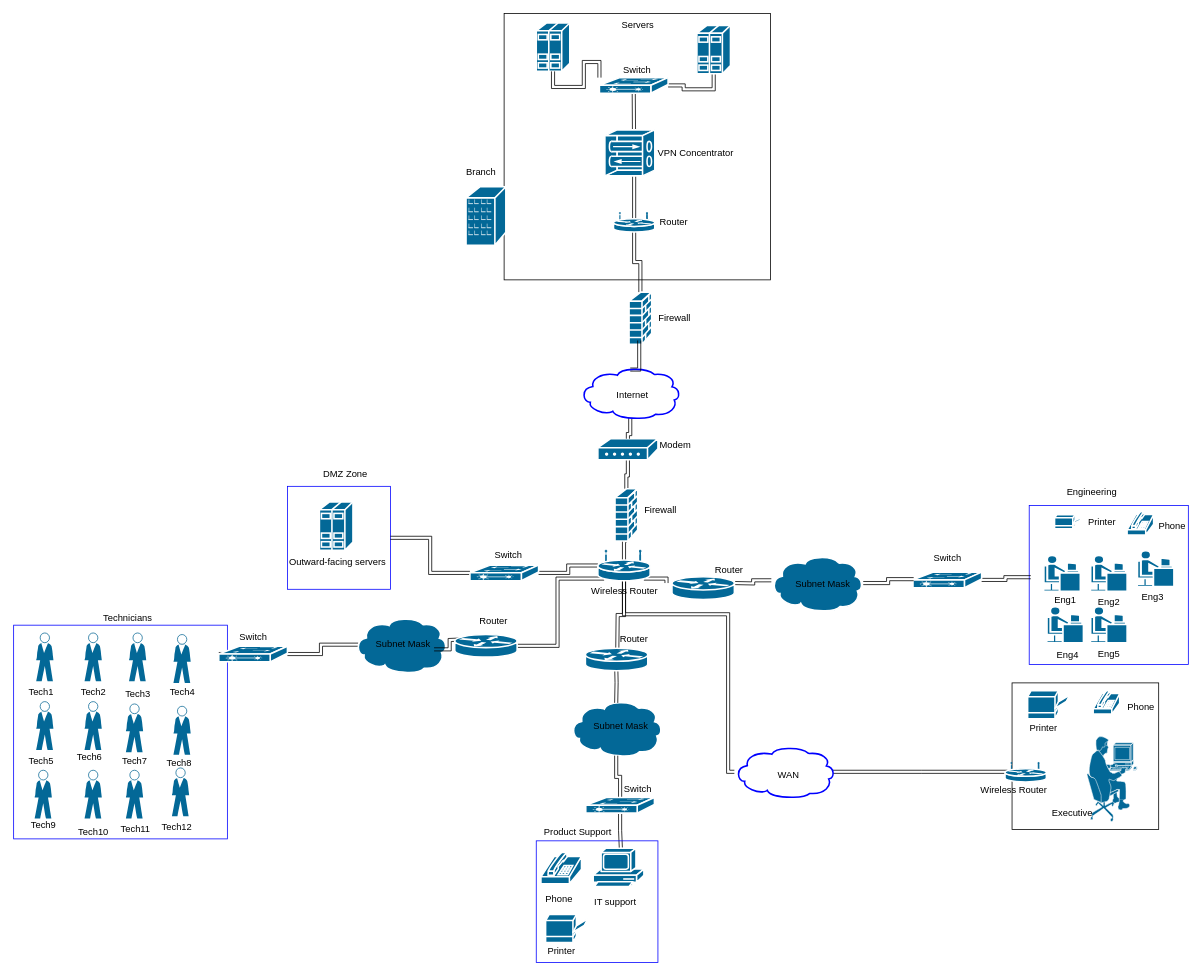
Above: Network.drawio in WDBug/WDBug (draw.io), before the change. Source tidied: cells renumbered, new cells numbered last; positions are measured from the earlier drawing's top-left corner, leaving out a move shared by most shapes. Both pictures are drawn from the tidied source at 78%, with x=0, y=0 at pixel (13, 13).
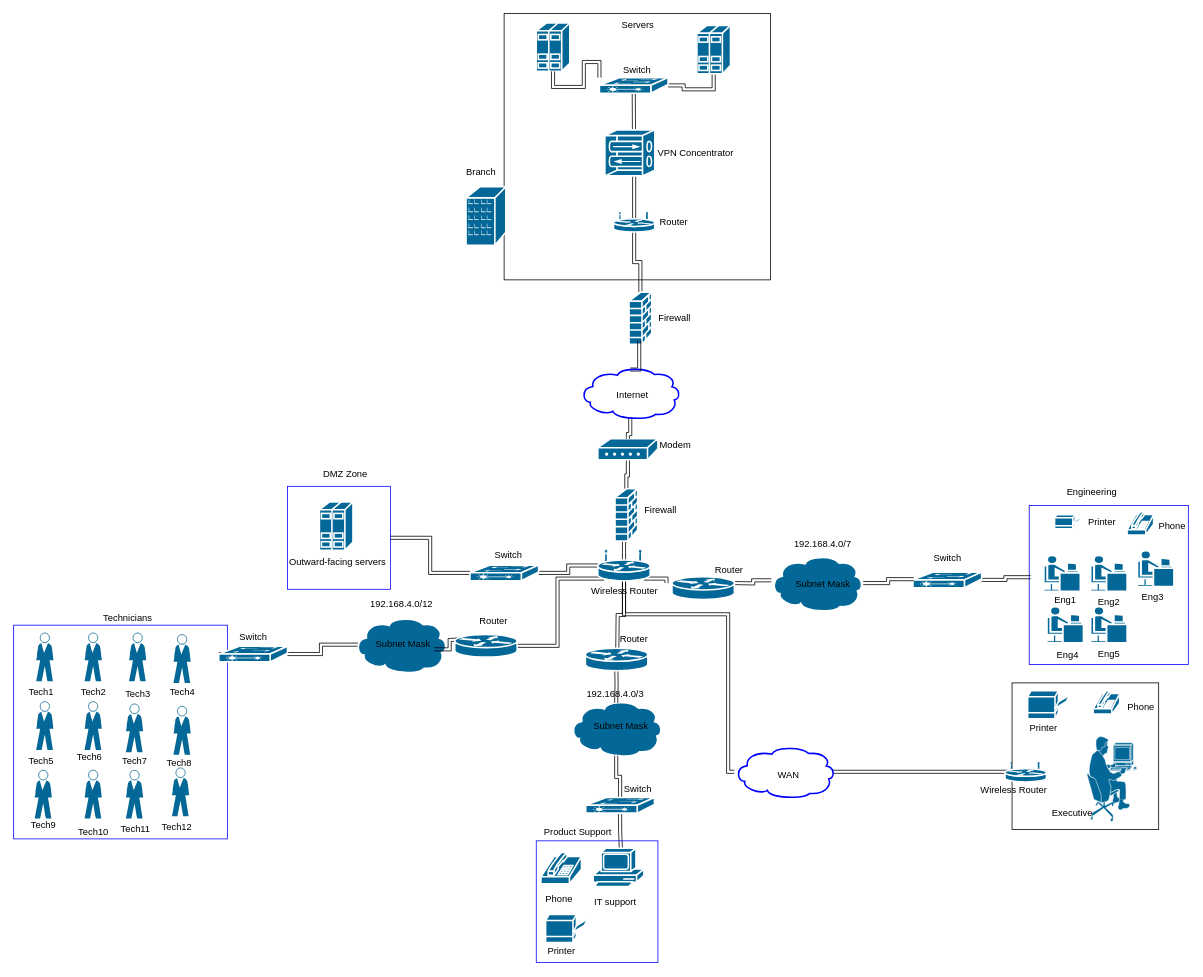
Above is the later version.

The edit, as a diff of the source:
```diff
@@
+    <mxCell id="133" value="192.168.4.0/7" style="text;html=1;align=center;verticalAlign=middle;strokeColor=none;fillColor=none;" parent="1" vertex="1">
+      <mxGeometry x="994.5" y="671" width="85" height="18" as="geometry" />
+    </mxCell>
+    <mxCell id="134" value="192.168.4.0/12" style="text;html=1;align=center;verticalAlign=middle;strokeColor=none;fillColor=none;" parent="1" vertex="1">
+      <mxGeometry x="451" y="748" width="92" height="18" as="geometry" />
+    </mxCell>
+    <mxCell id="135" value="192.168.4.0/3" style="text;html=1;align=center;verticalAlign=middle;strokeColor=none;fillColor=none;" parent="1" vertex="1">
+      <mxGeometry x="728" y="864" width="85" height="18" as="geometry" />
+    </mxCell>
```
